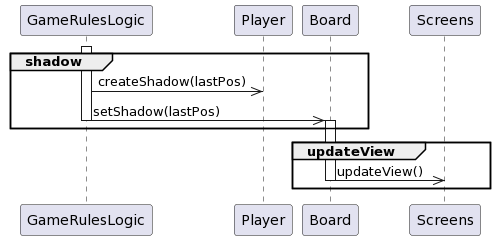
Above: doku-game/Uc-8.png in PrismFox/tron-game (PlantUML), before the change.
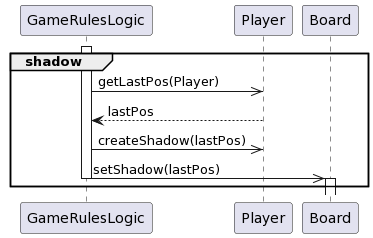
Later version of the same file.

The edit, as a diff of the source:
```diff
@@ -1,22 +1,17 @@
 @startuml
 group shadow
   activate GameRulesLogic
-
+  GameRulesLogic ->> Player: getLastPos(Player)
+   Player --> GameRulesLogic: lastPos
    GameRulesLogic->> Player: createShadow(lastPos)
 
    GameRulesLogic ->> Board: setShadow(lastPos)
    deactivate GameRulesLogic
    activate Board
-
+   deactivate Board
 
 
 
 
 end
-
-group updateView
-
-  Board ->> Screens: updateView()
-  deactivate Board
-end
 @enduml
```
